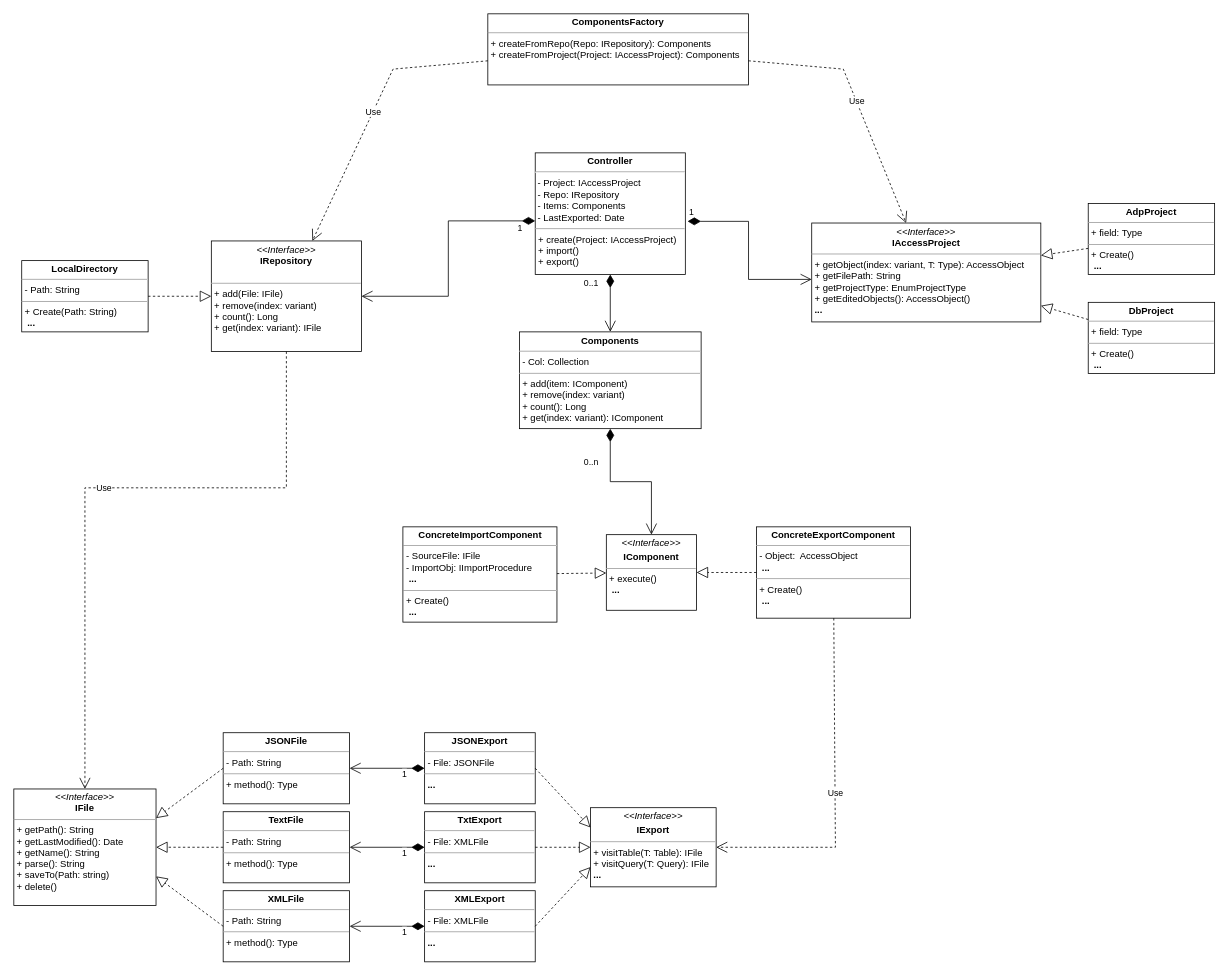
Above: Class Diagram.drawio in Whiskeyless/msaccess-vcs-integration (draw.io), before the change. Source tidied: cells renumbered, new cells numbered last; positions are measured from the earlier drawing's top-left corner, leaving out a move shared by most shapes. Both pictures are drawn from the tidied source at 79%, with x=0, y=0 at pixel (13, 13).
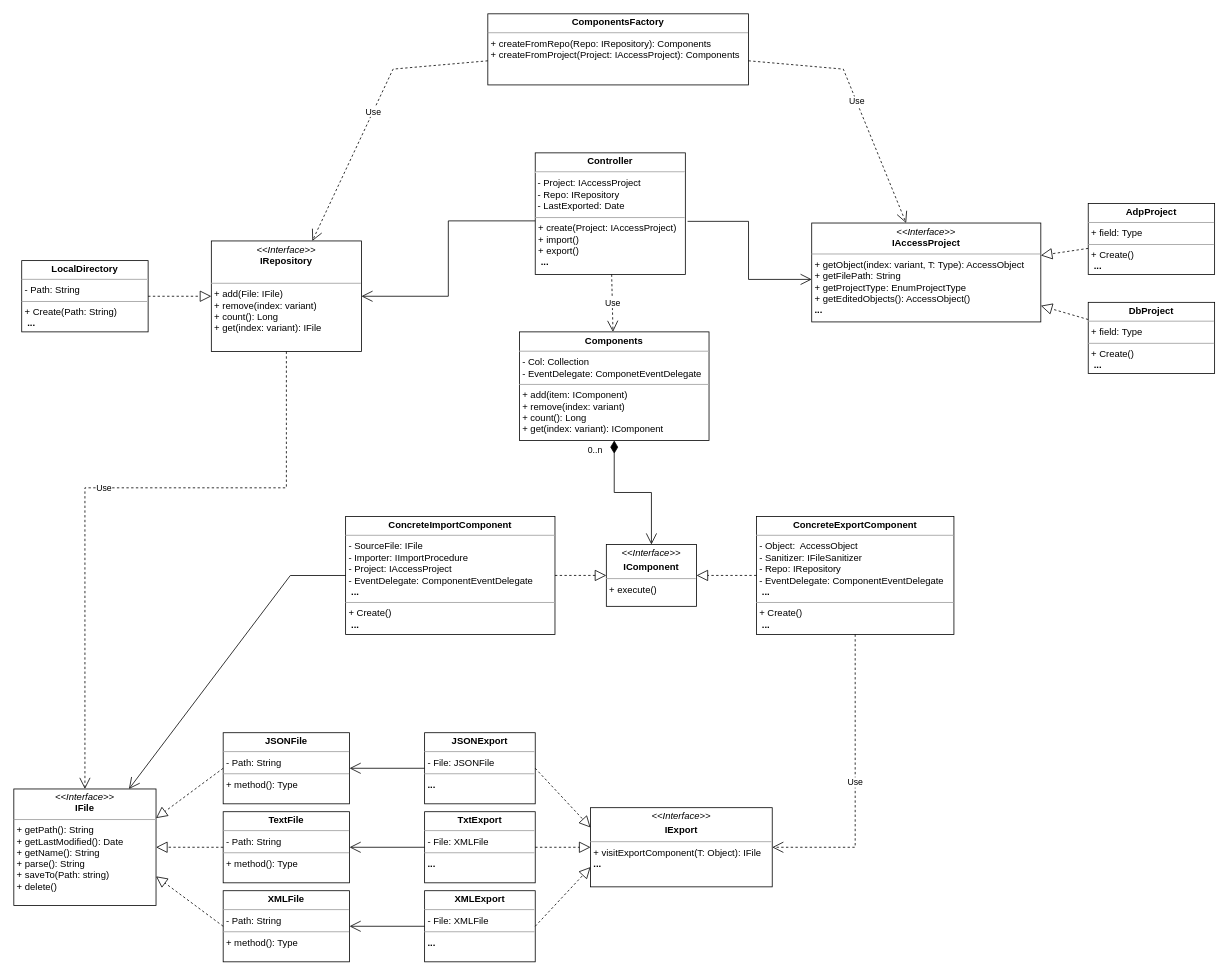
After the change.

The change refers to these unchanged cells:
```xml
<mxCell id="2" value="&lt;p style=&quot;margin:0px;margin-top:4px;text-align:center;&quot;&gt;&lt;i&gt;&amp;lt;&amp;lt;Interface&amp;gt;&amp;gt;&lt;b&gt;&lt;br&gt;&lt;/b&gt;&lt;/i&gt;&lt;b&gt;IAccessProject&lt;/b&gt;&lt;/p&gt;&lt;hr size=&quot;1&quot;&gt;&lt;p style=&quot;margin:0px;margin-left:4px;&quot;&gt;+ getObject(index: variant, T: Type): AccessObject&lt;/p&gt;&lt;p style=&quot;margin:0px;margin-left:4px;&quot;&gt;+ getFilePath: String&lt;/p&gt;&lt;p style=&quot;margin:0px;margin-left:4px;&quot;&gt;+ getProjectType: EnumProjectType&lt;/p&gt;&lt;p style=&quot;margin:0px;margin-left:4px;&quot;&gt;+ getEditedObjects(): AccessObject()&lt;/p&gt;&lt;p style=&quot;margin:0px;margin-left:4px;&quot;&gt;&lt;b&gt;...&lt;/b&gt;&lt;/p&gt;" style="verticalAlign=top;align=left;overflow=fill;fontSize=12;fontFamily=Helvetica;html=1;" parent="1" vertex="1">
  <mxGeometry x="1010" y="264.8" width="290" height="125.2" as="geometry" />
</mxCell>
<mxCell id="11" value="&lt;p style=&quot;margin:0px;margin-top:4px;text-align:center;&quot;&gt;&lt;b&gt;XMLExport&lt;/b&gt;&lt;/p&gt;&lt;hr size=&quot;1&quot;&gt;&lt;p style=&quot;margin:0px;margin-left:4px;&quot;&gt;- File: XMLFile&lt;/p&gt;&lt;hr size=&quot;1&quot;&gt;&lt;p style=&quot;margin: 0px 0px 0px 4px;&quot;&gt;&lt;b&gt;...&lt;/b&gt;&lt;/p&gt;" style="verticalAlign=top;align=left;overflow=fill;fontSize=12;fontFamily=Helvetica;html=1;" parent="1" vertex="1">
  <mxGeometry x="520" y="1110" width="140" height="90" as="geometry" />
</mxCell>
<mxCell id="12" value="&lt;p style=&quot;margin:0px;margin-top:4px;text-align:center;&quot;&gt;&lt;b&gt;JSONExport&lt;/b&gt;&lt;/p&gt;&lt;hr size=&quot;1&quot;&gt;&lt;p style=&quot;margin:0px;margin-left:4px;&quot;&gt;- File: JSONFile&lt;/p&gt;&lt;hr size=&quot;1&quot;&gt;&lt;p style=&quot;margin:0px;margin-left:4px;&quot;&gt;&lt;b style=&quot;background-color: initial;&quot;&gt;...&lt;/b&gt;&lt;br&gt;&lt;/p&gt;" style="verticalAlign=top;align=left;overflow=fill;fontSize=12;fontFamily=Helvetica;html=1;" parent="1" vertex="1">
  <mxGeometry x="520" y="910" width="140" height="90" as="geometry" />
</mxCell>
<mxCell id="15" value="&lt;p style=&quot;margin:0px;margin-top:4px;text-align:center;&quot;&gt;&lt;i&gt;&amp;lt;&amp;lt;Interface&amp;gt;&amp;gt;&lt;/i&gt;&lt;br&gt;&lt;b&gt;IFile&lt;/b&gt;&lt;/p&gt;&lt;hr size=&quot;1&quot;&gt;&lt;p style=&quot;margin:0px;margin-left:4px;&quot;&gt;+ getPath(): String&lt;/p&gt;&lt;p style=&quot;margin:0px;margin-left:4px;&quot;&gt;+ getLastModified(): Date&lt;/p&gt;&lt;p style=&quot;margin:0px;margin-left:4px;&quot;&gt;+ getName(): String&lt;/p&gt;&lt;p style=&quot;margin:0px;margin-left:4px;&quot;&gt;&lt;span style=&quot;background-color: initial;&quot;&gt;+ parse(): String&lt;/span&gt;&lt;/p&gt;&lt;p style=&quot;margin:0px;margin-left:4px;&quot;&gt;+ saveTo(Path: string)&lt;/p&gt;&lt;p style=&quot;margin:0px;margin-left:4px;&quot;&gt;+ delete()&lt;/p&gt;" style="verticalAlign=top;align=left;overflow=fill;fontSize=12;fontFamily=Helvetica;html=1;" parent="1" vertex="1">
  <mxGeometry y="981.2" width="180" height="147.5" as="geometry" />
</mxCell>
<mxCell id="16" value="&lt;p style=&quot;margin:0px;margin-top:4px;text-align:center;&quot;&gt;&lt;b&gt;JSONFile&lt;/b&gt;&lt;/p&gt;&lt;hr size=&quot;1&quot;&gt;&lt;p style=&quot;margin:0px;margin-left:4px;&quot;&gt;- Path: String&lt;/p&gt;&lt;hr size=&quot;1&quot;&gt;&lt;p style=&quot;margin:0px;margin-left:4px;&quot;&gt;+ method(): Type&lt;/p&gt;" style="verticalAlign=top;align=left;overflow=fill;fontSize=12;fontFamily=Helvetica;html=1;" parent="1" vertex="1">
  <mxGeometry x="265" y="910" width="160" height="90" as="geometry" />
</mxCell>
<mxCell id="17" value="&lt;p style=&quot;margin:0px;margin-top:4px;text-align:center;&quot;&gt;&lt;b&gt;XMLFile&lt;/b&gt;&lt;/p&gt;&lt;hr size=&quot;1&quot;&gt;&lt;p style=&quot;margin:0px;margin-left:4px;&quot;&gt;- Path: String&lt;/p&gt;&lt;hr size=&quot;1&quot;&gt;&lt;p style=&quot;margin:0px;margin-left:4px;&quot;&gt;+ method(): Type&lt;/p&gt;" style="verticalAlign=top;align=left;overflow=fill;fontSize=12;fontFamily=Helvetica;html=1;" parent="1" vertex="1">
  <mxGeometry x="265" y="1110" width="160" height="90" as="geometry" />
</mxCell>
<mxCell id="18" value="&lt;p style=&quot;margin:0px;margin-top:4px;text-align:center;&quot;&gt;&lt;b&gt;TextFile&lt;/b&gt;&lt;/p&gt;&lt;hr size=&quot;1&quot;&gt;&lt;p style=&quot;margin:0px;margin-left:4px;&quot;&gt;- Path: String&lt;/p&gt;&lt;hr size=&quot;1&quot;&gt;&lt;p style=&quot;margin:0px;margin-left:4px;&quot;&gt;+ method(): Type&lt;/p&gt;" style="verticalAlign=top;align=left;overflow=fill;fontSize=12;fontFamily=Helvetica;html=1;" parent="1" vertex="1">
  <mxGeometry x="265" y="1010" width="160" height="90" as="geometry" />
</mxCell>
<mxCell id="25" value="&lt;p style=&quot;margin:0px;margin-top:4px;text-align:center;&quot;&gt;&lt;i&gt;&amp;lt;&amp;lt;Interface&amp;gt;&amp;gt;&lt;/i&gt;&lt;br&gt;&lt;b&gt;IRepository&lt;/b&gt;&lt;/p&gt;&lt;br&gt;&lt;hr size=&quot;1&quot;&gt;&lt;p style=&quot;margin:0px;margin-left:4px;&quot;&gt;+ add(File: IFile)&lt;br&gt;+ remove(index: variant)&lt;/p&gt;&lt;p style=&quot;margin:0px;margin-left:4px;&quot;&gt;+ count(): Long&lt;/p&gt;&lt;p style=&quot;margin:0px;margin-left:4px;&quot;&gt;+ get(index: variant): IFile&lt;/p&gt;" style="verticalAlign=top;align=left;overflow=fill;fontSize=12;fontFamily=Helvetica;html=1;" parent="1" vertex="1">
  <mxGeometry x="250" y="287.5" width="190" height="140" as="geometry" />
</mxCell>
<mxCell id="30" value="&lt;p style=&quot;margin:0px;margin-top:4px;text-align:center;&quot;&gt;&lt;b&gt;TxtExport&lt;/b&gt;&lt;/p&gt;&lt;hr size=&quot;1&quot;&gt;&lt;p style=&quot;margin:0px;margin-left:4px;&quot;&gt;- File: XMLFile&lt;/p&gt;&lt;hr size=&quot;1&quot;&gt;&lt;p style=&quot;margin: 0px 0px 0px 4px;&quot;&gt;&lt;b style=&quot;background-color: initial;&quot;&gt;...&lt;/b&gt;&lt;br&gt;&lt;/p&gt;" style="verticalAlign=top;align=left;overflow=fill;fontSize=12;fontFamily=Helvetica;html=1;" parent="1" vertex="1">
  <mxGeometry x="520" y="1010" width="140" height="90" as="geometry" />
</mxCell>
```

What changed in the source:
```diff
@@
-    <mxCell id="3" value="&lt;p style=&quot;margin:0px;margin-top:4px;text-align:center;&quot;&gt;&lt;b&gt;Controller&lt;/b&gt;&lt;/p&gt;&lt;hr&gt;&amp;nbsp;- Project: IAccessProject&lt;br&gt;&amp;nbsp;- Repo: IRepository&lt;br&gt;&amp;nbsp;- Items: Components&lt;br&gt;&amp;nbsp;- LastExported: Date&lt;br&gt;&lt;hr size=&quot;1&quot;&gt;&lt;p style=&quot;margin:0px;margin-left:4px;&quot;&gt;+ create(Project: IAccessProject)&lt;/p&gt;&lt;p style=&quot;margin:0px;margin-left:4px;&quot;&gt;+ import()&lt;/p&gt;&lt;p style=&quot;margin:0px;margin-left:4px;&quot;&gt;+ export()&lt;/p&gt;" style="verticalAlign=top;align=left;overflow=fill;fontSize=12;fontFamily=Helvetica;html=1;" parent="1" vertex="1">
+    <mxCell id="3" value="&lt;p style=&quot;margin:0px;margin-top:4px;text-align:center;&quot;&gt;&lt;b&gt;Controller&lt;/b&gt;&lt;/p&gt;&lt;hr&gt;&amp;nbsp;- Project: IAccessProject&lt;br&gt;&amp;nbsp;- Repo: IRepository&lt;br&gt;&amp;nbsp;- LastExported: Date&lt;br&gt;&lt;hr size=&quot;1&quot;&gt;&lt;p style=&quot;margin:0px;margin-left:4px;&quot;&gt;+ create(Project: IAccessProject)&lt;/p&gt;&lt;p style=&quot;margin:0px;margin-left:4px;&quot;&gt;+ import()&lt;/p&gt;&lt;p style=&quot;margin:0px;margin-left:4px;&quot;&gt;+ export()&lt;/p&gt;&lt;p style=&quot;margin:0px;margin-left:4px;&quot;&gt;&amp;nbsp;&lt;b&gt;...&lt;/b&gt;&lt;/p&gt;" style="verticalAlign=top;align=left;overflow=fill;fontSize=12;fontFamily=Helvetica;html=1;" parent="1" vertex="1">
       <mxGeometry x="660" y="176" width="190" height="154" as="geometry" />
     </mxCell>
-    <mxCell id="4" value="1" style="endArrow=open;html=1;endSize=12;startArrow=diamondThin;startSize=14;startFill=1;edgeStyle=orthogonalEdgeStyle;align=left;verticalAlign=bottom;rounded=0;exitX=1.015;exitY=0.563;exitDx=0;exitDy=0;exitPerimeter=0;entryX=0;entryY=0.57;entryDx=0;entryDy=0;entryPerimeter=0;" parent="1" edge="1" source="3" target="2">
-      <mxGeometry x="-1" y="3" relative="1" as="geometry" />
+    <mxCell id="4" style="endArrow=open;html=1;endSize=12;startArrow=none;startSize=14;startFill=0;edgeStyle=orthogonalEdgeStyle;align=left;verticalAlign=bottom;rounded=0;exitX=1.015;exitY=0.563;exitDx=0;exitDy=0;exitPerimeter=0;entryX=0;entryY=0.57;entryDx=0;entryDy=0;entryPerimeter=0;" parent="1" edge="1" source="3" target="2">
+      <mxGeometry x="-0.59" y="23" relative="1" as="geometry" />
     </mxCell>
@@
-    <mxCell id="7" value="&lt;p style=&quot;margin:0px;margin-top:4px;text-align:center;&quot;&gt;&lt;b&gt;ConcreteExportComponent&lt;/b&gt;&lt;/p&gt;&lt;hr size=&quot;1&quot;&gt;&lt;p style=&quot;margin:0px;margin-left:4px;&quot;&gt;- Object:&amp;nbsp; AccessObject&lt;/p&gt;&lt;p style=&quot;margin:0px;margin-left:4px;&quot;&gt;&lt;span style=&quot;background-color: initial;&quot;&gt;&amp;nbsp;&lt;/span&gt;&lt;b style=&quot;background-color: initial;&quot;&gt;...&lt;/b&gt;&lt;br&gt;&lt;/p&gt;&lt;hr size=&quot;1&quot;&gt;&lt;p style=&quot;margin:0px;margin-left:4px;&quot;&gt;+ Create()&lt;/p&gt;&lt;p style=&quot;margin:0px;margin-left:4px;&quot;&gt;&amp;nbsp;&lt;b&gt;...&lt;/b&gt;&lt;/p&gt;" style="verticalAlign=top;align=left;overflow=fill;fontSize=12;fontFamily=Helvetica;html=1;" parent="1" vertex="1">
-      <mxGeometry x="940" y="649.4" width="195" height="115.6" as="geometry" />
+    <mxCell id="7" value="&lt;p style=&quot;margin:0px;margin-top:4px;text-align:center;&quot;&gt;&lt;b&gt;ConcreteExportComponent&lt;/b&gt;&lt;/p&gt;&lt;hr size=&quot;1&quot;&gt;&lt;p style=&quot;margin:0px;margin-left:4px;&quot;&gt;- Object:&amp;nbsp; AccessObject&lt;/p&gt;&lt;p style=&quot;margin:0px;margin-left:4px;&quot;&gt;- Sanitizer: IFileSanitizer&lt;/p&gt;&lt;p style=&quot;margin:0px;margin-left:4px;&quot;&gt;- Repo: IRepository&lt;/p&gt;&lt;p style=&quot;margin:0px;margin-left:4px;&quot;&gt;- EventDelegate: ComponentEventDelegate&lt;/p&gt;&lt;p style=&quot;margin:0px;margin-left:4px;&quot;&gt;&lt;span style=&quot;background-color: initial;&quot;&gt;&amp;nbsp;&lt;/span&gt;&lt;b style=&quot;background-color: initial;&quot;&gt;...&lt;/b&gt;&lt;br&gt;&lt;/p&gt;&lt;hr size=&quot;1&quot;&gt;&lt;p style=&quot;margin:0px;margin-left:4px;&quot;&gt;+ Create()&lt;/p&gt;&lt;p style=&quot;margin:0px;margin-left:4px;&quot;&gt;&amp;nbsp;&lt;b&gt;...&lt;/b&gt;&lt;/p&gt;" style="verticalAlign=top;align=left;overflow=fill;fontSize=12;fontFamily=Helvetica;html=1;" parent="1" vertex="1">
+      <mxGeometry x="940" y="636.2" width="250" height="149.4" as="geometry" />
     </mxCell>
-    <mxCell id="8" value="&lt;p style=&quot;margin:0px;margin-top:4px;text-align:center;&quot;&gt;&lt;i&gt;&amp;lt;&amp;lt;Interface&amp;gt;&amp;gt;&lt;/i&gt;&lt;br&gt;&lt;/p&gt;&lt;p style=&quot;margin:0px;margin-top:4px;text-align:center;&quot;&gt;&lt;b&gt;IComponent&lt;/b&gt;&lt;/p&gt;&lt;hr size=&quot;1&quot;&gt;&lt;p style=&quot;margin: 0px 0px 0px 4px;&quot;&gt;+ execute()&lt;/p&gt;&lt;p style=&quot;margin: 0px 0px 0px 4px;&quot;&gt;&lt;b&gt;&amp;nbsp;...&lt;/b&gt;&lt;/p&gt;&lt;p style=&quot;margin:0px;margin-left:4px;&quot;&gt;&lt;br&gt;&lt;/p&gt;" style="verticalAlign=top;align=left;overflow=fill;fontSize=12;fontFamily=Helvetica;html=1;" parent="1" vertex="1">
-      <mxGeometry x="750" y="659.3" width="114.2" height="95.7" as="geometry" />
+    <mxCell id="8" value="&lt;p style=&quot;margin:0px;margin-top:4px;text-align:center;&quot;&gt;&lt;i&gt;&amp;lt;&amp;lt;Interface&amp;gt;&amp;gt;&lt;/i&gt;&lt;br&gt;&lt;/p&gt;&lt;p style=&quot;margin:0px;margin-top:4px;text-align:center;&quot;&gt;&lt;b&gt;IComponent&lt;/b&gt;&lt;/p&gt;&lt;hr size=&quot;1&quot;&gt;&lt;p style=&quot;margin: 0px 0px 0px 4px;&quot;&gt;+ execute()&lt;/p&gt;&lt;p style=&quot;margin:0px;margin-left:4px;&quot;&gt;&lt;br&gt;&lt;/p&gt;" style="verticalAlign=top;align=left;overflow=fill;fontSize=12;fontFamily=Helvetica;html=1;" parent="1" vertex="1">
+      <mxGeometry x="750" y="671.8" width="114.2" height="78.2" as="geometry" />
     </mxCell>
@@
-    <mxCell id="10" value="&lt;p style=&quot;margin:0px;margin-top:4px;text-align:center;&quot;&gt;&lt;i&gt;&amp;lt;&amp;lt;Interface&amp;gt;&amp;gt;&lt;/i&gt;&lt;br&gt;&lt;/p&gt;&lt;p style=&quot;margin:0px;margin-top:4px;text-align:center;&quot;&gt;&lt;b&gt;IExport&lt;/b&gt;&lt;/p&gt;&lt;hr size=&quot;1&quot;&gt;&lt;p style=&quot;margin:0px;margin-left:4px;&quot;&gt;+ visitTable(T: Table): IFile&lt;br&gt;+ visitQuery(T: Query): IFile&lt;/p&gt;&lt;p style=&quot;margin:0px;margin-left:4px;&quot;&gt;&lt;b style=&quot;background-color: initial;&quot;&gt;...&lt;/b&gt;&lt;br&gt;&lt;/p&gt;" style="verticalAlign=top;align=left;overflow=fill;fontSize=12;fontFamily=Helvetica;html=1;" parent="1" vertex="1">
-      <mxGeometry x="730" y="1004.9" width="159" height="100.2" as="geometry" />
+    <mxCell id="10" value="&lt;p style=&quot;margin:0px;margin-top:4px;text-align:center;&quot;&gt;&lt;i&gt;&amp;lt;&amp;lt;Interface&amp;gt;&amp;gt;&lt;/i&gt;&lt;br&gt;&lt;/p&gt;&lt;p style=&quot;margin:0px;margin-top:4px;text-align:center;&quot;&gt;&lt;b&gt;IExport&lt;/b&gt;&lt;/p&gt;&lt;hr size=&quot;1&quot;&gt;&lt;p style=&quot;margin:0px;margin-left:4px;&quot;&gt;+ visitExportComponent(T: Object): IFile&lt;br&gt;&lt;/p&gt;&lt;p style=&quot;margin:0px;margin-left:4px;&quot;&gt;&lt;b style=&quot;background-color: initial;&quot;&gt;...&lt;/b&gt;&lt;br&gt;&lt;/p&gt;" style="verticalAlign=top;align=left;overflow=fill;fontSize=12;fontFamily=Helvetica;html=1;" parent="1" vertex="1">
+      <mxGeometry x="730" y="1004.9" width="230" height="100.2" as="geometry" />
     </mxCell>
@@
     <mxCell id="22" value="0..n" style="endArrow=open;html=1;endSize=12;startArrow=diamondThin;startSize=14;startFill=1;edgeStyle=orthogonalEdgeStyle;align=left;verticalAlign=bottom;rounded=0;entryX=0.5;entryY=0;entryDx=0;entryDy=0;" parent="1" edge="1" source="35" target="8">
-      <mxGeometry x="-0.45" y="-35" relative="1" as="geometry">
-        <mxPoint y="1" as="offset" />
-      </mxGeometry>
+      <mxGeometry x="-0.75" y="-35" relative="1" as="geometry" />
     </mxCell>
@@
-    <mxCell id="29" value="1" style="endArrow=open;html=1;endSize=12;startArrow=diamondThin;startSize=14;startFill=1;edgeStyle=orthogonalEdgeStyle;align=left;verticalAlign=bottom;rounded=0;exitX=0;exitY=0.559;exitDx=0;exitDy=0;exitPerimeter=0;entryX=1;entryY=0.5;entryDx=0;entryDy=0;" parent="1" edge="1" source="3" target="25">
-      <mxGeometry x="-0.85" y="19" relative="1" as="geometry" />
+    <mxCell id="29" style="endArrow=open;html=1;endSize=12;startArrow=none;startSize=14;startFill=0;edgeStyle=orthogonalEdgeStyle;align=left;verticalAlign=bottom;rounded=0;exitX=0;exitY=0.559;exitDx=0;exitDy=0;exitPerimeter=0;entryX=1;entryY=0.5;entryDx=0;entryDy=0;" parent="1" edge="1" source="3" target="25">
+      <mxGeometry x="-0.68" y="-32" relative="1" as="geometry" />
     </mxCell>
@@
-    <mxCell id="32" value="1" style="endArrow=open;html=1;endSize=12;startArrow=diamondThin;startSize=14;startFill=1;edgeStyle=orthogonalEdgeStyle;align=left;verticalAlign=bottom;rounded=0;exitX=0;exitY=0.5;exitDx=0;exitDy=0;entryX=1;entryY=0.5;entryDx=0;entryDy=0;" parent="1" edge="1" source="12" target="16">
-      <mxGeometry x="-0.37" y="16" relative="1" as="geometry" />
+    <mxCell id="32" style="endArrow=open;html=1;endSize=12;startArrow=none;startSize=14;startFill=0;edgeStyle=orthogonalEdgeStyle;align=left;verticalAlign=bottom;rounded=0;exitX=0;exitY=0.5;exitDx=0;exitDy=0;entryX=1;entryY=0.5;entryDx=0;entryDy=0;" parent="1" edge="1" source="12" target="16">
+      <mxGeometry x="-0.16" y="35" relative="1" as="geometry" />
     </mxCell>
-    <mxCell id="33" value="1" style="endArrow=open;html=1;endSize=12;startArrow=diamondThin;startSize=14;startFill=1;edgeStyle=orthogonalEdgeStyle;align=left;verticalAlign=bottom;rounded=0;exitX=0;exitY=0.5;exitDx=0;exitDy=0;entryX=1;entryY=0.5;entryDx=0;entryDy=0;" parent="1" edge="1" source="30" target="18">
-      <mxGeometry x="-0.37" y="16" relative="1" as="geometry" />
+    <mxCell id="33" style="endArrow=open;html=1;endSize=12;startArrow=none;startSize=14;startFill=0;edgeStyle=orthogonalEdgeStyle;align=left;verticalAlign=bottom;rounded=0;exitX=0;exitY=0.5;exitDx=0;exitDy=0;entryX=1;entryY=0.5;entryDx=0;entryDy=0;" parent="1" edge="1" source="30" target="18">
+      <mxGeometry x="-0.16" y="25" relative="1" as="geometry" />
     </mxCell>
-    <mxCell id="34" value="1" style="endArrow=open;html=1;endSize=12;startArrow=diamondThin;startSize=14;startFill=1;edgeStyle=orthogonalEdgeStyle;align=left;verticalAlign=bottom;rounded=0;exitX=0;exitY=0.5;exitDx=0;exitDy=0;entryX=1;entryY=0.5;entryDx=0;entryDy=0;" parent="1" edge="1" source="11" target="17">
-      <mxGeometry x="-0.37" y="16" relative="1" as="geometry" />
+    <mxCell id="34" style="endArrow=open;html=1;endSize=12;startArrow=none;startSize=14;startFill=0;edgeStyle=orthogonalEdgeStyle;align=left;verticalAlign=bottom;rounded=0;exitX=0;exitY=0.5;exitDx=0;exitDy=0;entryX=1;entryY=0.5;entryDx=0;entryDy=0;" parent="1" edge="1" source="11" target="17">
+      <mxGeometry x="-0.37" y="25" relative="1" as="geometry" />
     </mxCell>
-    <mxCell id="35" value="&lt;p style=&quot;margin:0px;margin-top:4px;text-align:center;&quot;&gt;&lt;b&gt;Components&lt;/b&gt;&lt;/p&gt;&lt;hr size=&quot;1&quot;&gt;&lt;p style=&quot;margin:0px;margin-left:4px;&quot;&gt;- Col: Collection&lt;/p&gt;&lt;hr size=&quot;1&quot;&gt;&lt;p style=&quot;margin:0px;margin-left:4px;&quot;&gt;+ add(item: IComponent)&lt;/p&gt;&lt;p style=&quot;margin:0px;margin-left:4px;&quot;&gt;+ remove(index: variant)&lt;/p&gt;&lt;p style=&quot;margin:0px;margin-left:4px;&quot;&gt;+ count(): Long&lt;/p&gt;&lt;p style=&quot;margin:0px;margin-left:4px;&quot;&gt;+ get(index: variant): IComponent&lt;/p&gt;" style="verticalAlign=top;align=left;overflow=fill;fontSize=12;fontFamily=Helvetica;html=1;" parent="1" vertex="1">
-      <mxGeometry x="640" y="402.6" width="230" height="122.5" as="geometry" />
+    <mxCell id="35" value="&lt;p style=&quot;margin:0px;margin-top:4px;text-align:center;&quot;&gt;&lt;b&gt;Components&lt;/b&gt;&lt;/p&gt;&lt;hr size=&quot;1&quot;&gt;&lt;p style=&quot;margin:0px;margin-left:4px;&quot;&gt;- Col: Collection&lt;/p&gt;&lt;p style=&quot;margin:0px;margin-left:4px;&quot;&gt;- EventDelegate: ComponetEventDelegate&lt;/p&gt;&lt;hr size=&quot;1&quot;&gt;&lt;p style=&quot;margin:0px;margin-left:4px;&quot;&gt;+ add(item: IComponent)&lt;/p&gt;&lt;p style=&quot;margin:0px;margin-left:4px;&quot;&gt;+ remove(index: variant)&lt;/p&gt;&lt;p style=&quot;margin:0px;margin-left:4px;&quot;&gt;+ count(): Long&lt;/p&gt;&lt;p style=&quot;margin:0px;margin-left:4px;&quot;&gt;+ get(index: variant): IComponent&lt;/p&gt;" style="verticalAlign=top;align=left;overflow=fill;fontSize=12;fontFamily=Helvetica;html=1;" parent="1" vertex="1">
+      <mxGeometry x="640" y="402.6" width="240" height="137.4" as="geometry" />
     </mxCell>
-    <mxCell id="36" value="0..1" style="endArrow=open;html=1;endSize=12;startArrow=diamondThin;startSize=14;startFill=1;edgeStyle=orthogonalEdgeStyle;align=left;verticalAlign=bottom;rounded=0;" parent="1" edge="1" source="3" target="35">
-      <mxGeometry x="-0.45" y="-35" relative="1" as="geometry" />
-    </mxCell>
@@
-    <mxCell id="40" value="&lt;p style=&quot;margin:0px;margin-top:4px;text-align:center;&quot;&gt;&lt;b&gt;ConcreteImportComponent&lt;/b&gt;&lt;/p&gt;&lt;hr size=&quot;1&quot;&gt;&lt;p style=&quot;margin:0px;margin-left:4px;&quot;&gt;- SourceFile: IFile&lt;/p&gt;&lt;p style=&quot;margin:0px;margin-left:4px;&quot;&gt;- ImportObj: IImportProcedure&lt;/p&gt;&lt;p style=&quot;margin:0px;margin-left:4px;&quot;&gt;&lt;span style=&quot;background-color: initial;&quot;&gt;&amp;nbsp;&lt;/span&gt;&lt;b style=&quot;background-color: initial;&quot;&gt;...&lt;/b&gt;&lt;br&gt;&lt;/p&gt;&lt;hr size=&quot;1&quot;&gt;&lt;p style=&quot;margin:0px;margin-left:4px;&quot;&gt;+ Create()&lt;/p&gt;&lt;p style=&quot;margin:0px;margin-left:4px;&quot;&gt;&amp;nbsp;&lt;b&gt;...&lt;/b&gt;&lt;/p&gt;" style="verticalAlign=top;align=left;overflow=fill;fontSize=12;fontFamily=Helvetica;html=1;" parent="1" vertex="1">
-      <mxGeometry x="492.5" y="649.4" width="195" height="120.6" as="geometry" />
+    <mxCell id="40" value="&lt;p style=&quot;margin:0px;margin-top:4px;text-align:center;&quot;&gt;&lt;b&gt;ConcreteImportComponent&lt;/b&gt;&lt;/p&gt;&lt;hr size=&quot;1&quot;&gt;&lt;p style=&quot;margin:0px;margin-left:4px;&quot;&gt;- SourceFile: IFile&lt;/p&gt;&lt;p style=&quot;margin:0px;margin-left:4px;&quot;&gt;- Importer: IImportProcedure&lt;/p&gt;&lt;p style=&quot;margin:0px;margin-left:4px;&quot;&gt;- Project: IAccessProject&lt;/p&gt;&lt;p style=&quot;margin:0px;margin-left:4px;&quot;&gt;- EventDelegate: ComponentEventDelegate&lt;/p&gt;&lt;p style=&quot;margin:0px;margin-left:4px;&quot;&gt;&lt;span style=&quot;background-color: initial;&quot;&gt;&amp;nbsp;&lt;/span&gt;&lt;b style=&quot;background-color: initial;&quot;&gt;...&lt;/b&gt;&lt;br&gt;&lt;/p&gt;&lt;hr size=&quot;1&quot;&gt;&lt;p style=&quot;margin:0px;margin-left:4px;&quot;&gt;+ Create()&lt;/p&gt;&lt;p style=&quot;margin:0px;margin-left:4px;&quot;&gt;&amp;nbsp;&lt;b&gt;...&lt;/b&gt;&lt;/p&gt;" style="verticalAlign=top;align=left;overflow=fill;fontSize=12;fontFamily=Helvetica;html=1;" parent="1" vertex="1">
+      <mxGeometry x="420" y="636.2" width="265" height="149.4" as="geometry" />
     </mxCell>
@@
     <mxCell id="42" value="Use" style="endArrow=open;endSize=12;dashed=1;html=1;rounded=0;" parent="1" edge="1" source="7" target="10">
       <mxGeometry relative="1" as="geometry">
         <Array as="points">
-          <mxPoint x="1040" y="1055" />
+          <mxPoint x="1065" y="1055" />
         </Array>
       </mxGeometry>
     </mxCell>
+    <mxCell id="43" style="endArrow=open;endFill=1;endSize=12;html=1;rounded=0;" parent="1" edge="1" source="40" target="15">
+      <mxGeometry relative="1" as="geometry">
+        <Array as="points">
+          <mxPoint x="350" y="711" />
+        </Array>
+      </mxGeometry>
+    </mxCell>
+    <mxCell id="36" value="Use" style="endArrow=open;endSize=12;dashed=1;html=1;rounded=0;" parent="1" edge="1" source="3" target="35">
+      <mxGeometry relative="1" as="geometry" />
+    </mxCell>
```
